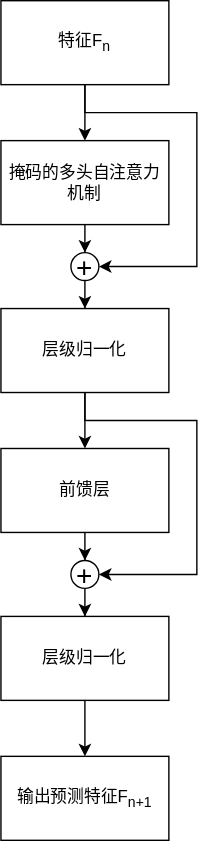
Above: Decoder解码预测部分.drawio.svg in hrf666666/FlowCharts (draw.io), before the change. Source tidied: cells renumbered, new cells last; positions are measured from the earlier drawing's top-left corner, leaving out a move shared by most shapes.
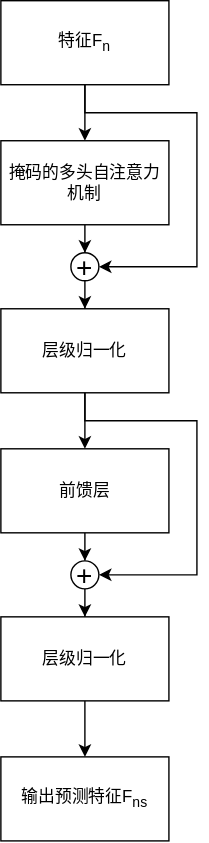
After the change.

Commit message:
更新Decoder解码预测部分.drawio.svg

The edit, as a diff of the source:
```diff
@@ -23,7 +23,7 @@
     <mxCell id="6" value="层级归一化" style="rounded=0;whiteSpace=wrap;html=1;" parent="1" vertex="1">
       <mxGeometry y="220" width="120" height="60" as="geometry" />
     </mxCell>
-    <mxCell id="7" value="输出预测特征F&lt;sub style=&quot;border-color: var(--border-color);&quot;&gt;n+1&lt;/sub&gt;" style="rounded=0;whiteSpace=wrap;html=1;" parent="1" vertex="1">
+    <mxCell id="7" value="输出预测特征F&lt;sub style=&quot;border-color: var(--border-color);&quot;&gt;ns&lt;/sub&gt;" style="rounded=0;whiteSpace=wrap;html=1;" parent="1" vertex="1">
       <mxGeometry y="540" width="120" height="60" as="geometry" />
     </mxCell>
     <mxCell id="8" style="edgeStyle=orthogonalEdgeStyle;rounded=0;jettySize=auto;html=1;entryX=0.5;entryY=0;entryDx=0;entryDy=0;" parent="1" edge="1" source="9" target="15">
```
